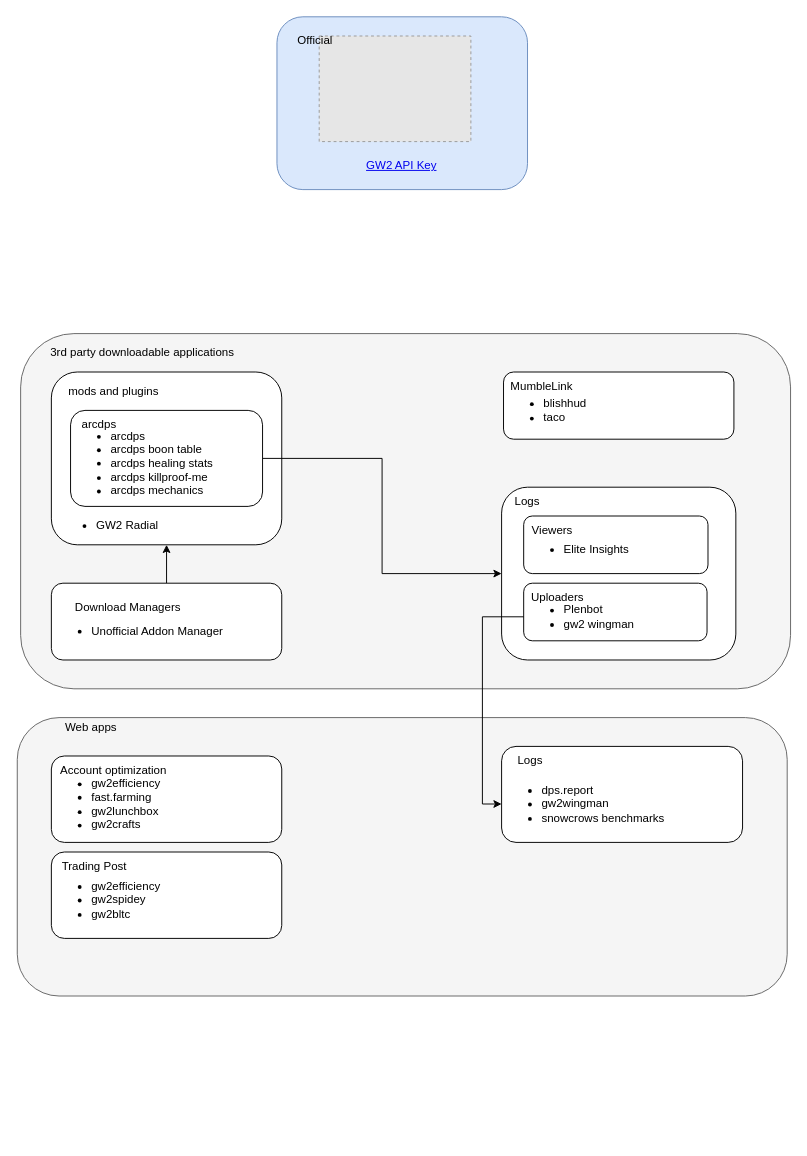
The draw.io diagram index.drawio in ClaytonAstrom/claytonastrom.github.io, before the edit. Source tidied: cells renumbered, new cells numbered last; positions are measured from the earlier drawing's top-left corner, leaving out a move shared by most shapes. Both pictures are drawn from the tidied source at 96%, with x=0, y=0 at pixel (16, 16). Pictures stored in the file or linked from it are replaced by grey dashed boxes.
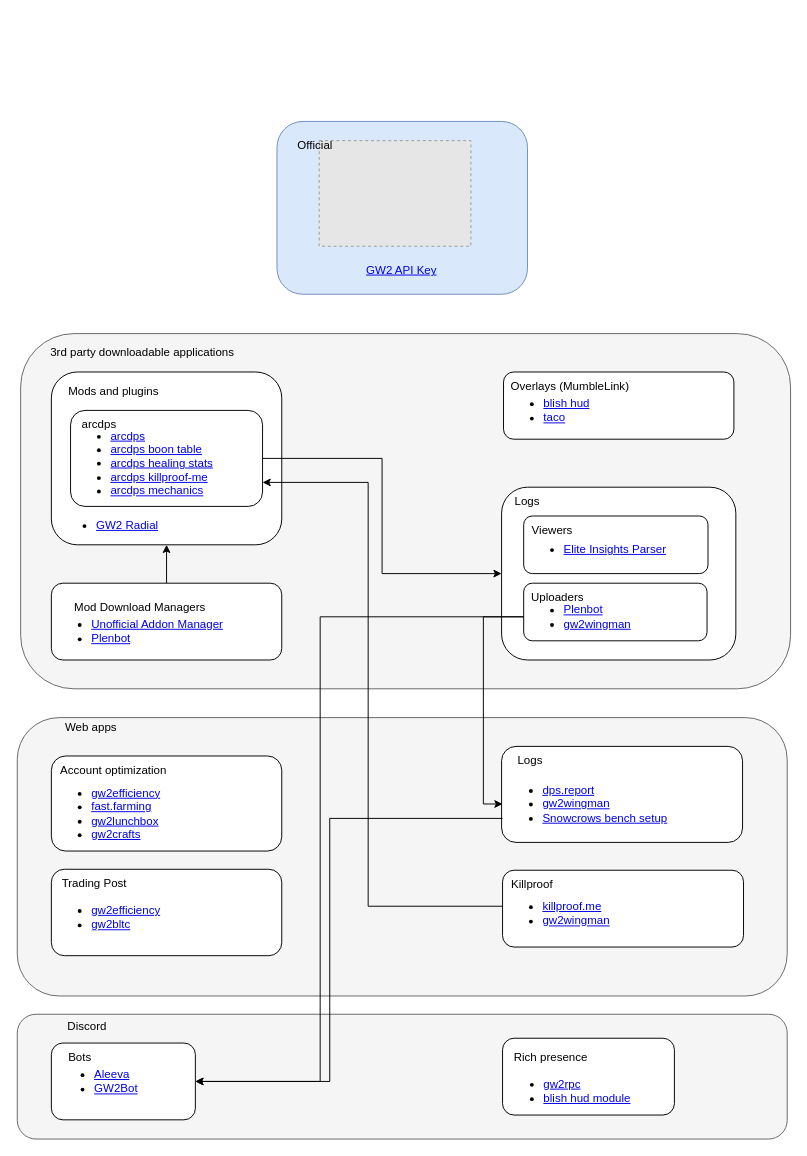
The same diagram, later.

The change refers to these unchanged cells:
```xml
<mxCell id="10" style="rounded=1;whiteSpace=wrap;html=1;" parent="1" vertex="1">
  <mxGeometry x="56" y="410" width="200" height="100" as="geometry" />
</mxCell>
```

The edit, as a diff of the source:
```diff
@@
     <mxCell id="2" style="rounded=1;whiteSpace=wrap;html=1;fillColor=#dae8fc;strokeColor=#6c8ebf;" parent="1" vertex="1">
-      <mxGeometry x="271" width="261" height="180" as="geometry" />
+      <mxGeometry x="271" y="109" width="261" height="180" as="geometry" />
     </mxCell>
     <mxCell id="3" style="fillColor=#E6E6E6;strokeColor=#999999;dashed=1;verticalLabelPosition=bottom;verticalAlign=top;" parent="1" vertex="1">
-      <mxGeometry x="315" y="20" width="158" height="110" as="geometry" />
+      <mxGeometry x="315" y="129" width="158" height="110" as="geometry" />
     </mxCell>
     <mxCell id="4" value="&lt;a href=&quot;https://account.arena.net/applications&quot;&gt;GW2 API Key&lt;/a&gt;" style="text;strokeColor=none;align=center;fillColor=none;html=1;verticalAlign=middle;whiteSpace=wrap;rounded=0;" parent="1" vertex="1">
-      <mxGeometry x="346" y="140" width="110" height="30" as="geometry" />
+      <mxGeometry x="346" y="249" width="110" height="30" as="geometry" />
     </mxCell>
     <mxCell id="5" value="Official" style="text;strokeColor=none;align=center;fillColor=none;html=1;verticalAlign=middle;whiteSpace=wrap;rounded=0;" parent="1" vertex="1">
-      <mxGeometry x="281" y="10" width="60" height="30" as="geometry" />
+      <mxGeometry x="281" y="119" width="60" height="30" as="geometry" />
     </mxCell>
@@
-    <mxCell id="11" value="mods and plugins" style="text;strokeColor=none;align=center;fillColor=none;html=1;verticalAlign=middle;whiteSpace=wrap;rounded=0;" parent="1" vertex="1">
+    <mxCell id="11" value="Mods and plugins" style="text;strokeColor=none;align=center;fillColor=none;html=1;verticalAlign=middle;whiteSpace=wrap;rounded=0;" parent="1" vertex="1">
       <mxGeometry x="36" y="370" width="130" height="40" as="geometry" />
     </mxCell>
@@
-    <mxCell id="13" value="&lt;ul&gt;&lt;li&gt;arcdps&lt;/li&gt;&lt;li&gt;arcdps boon table&lt;/li&gt;&lt;li&gt;arcdps healing stats&lt;/li&gt;&lt;li&gt;arcdps killproof-me&lt;/li&gt;&lt;li&gt;arcdps mechanics&lt;/li&gt;&lt;/ul&gt;" style="text;strokeColor=none;align=left;fillColor=none;html=1;verticalAlign=middle;whiteSpace=wrap;rounded=0;" parent="1" vertex="1">
+    <mxCell id="13" value="&lt;ul&gt;&lt;li&gt;&lt;a href=&quot;https://www.deltaconnected.com/arcdps/&quot;&gt;arcdps&lt;/a&gt;&lt;/li&gt;&lt;li&gt;&lt;a href=&quot;https://github.com/knoxfighter/GW2-ArcDPS-Boon-Table&quot;&gt;arcdps boon table&lt;/a&gt;&lt;/li&gt;&lt;li&gt;&lt;a href=&quot;https://github.com/Krappa322/arcdps_healing_stats&quot;&gt;arcdps healing stats&lt;/a&gt;&lt;/li&gt;&lt;li&gt;&lt;a href=&quot;https://github.com/knoxfighter/arcdps-killproof.me-plugin&quot;&gt;arcdps killproof-me&lt;/a&gt;&lt;/li&gt;&lt;li&gt;&lt;a href=&quot;https://github.com/knoxfighter/GW2-ArcDPS-Mechanics-Log&quot;&gt;arcdps mechanics&lt;/a&gt;&lt;/li&gt;&lt;/ul&gt;" style="text;strokeColor=none;align=left;fillColor=none;html=1;verticalAlign=middle;whiteSpace=wrap;rounded=0;" parent="1" vertex="1">
       <mxGeometry x="56" y="430" width="160" height="70" as="geometry" />
     </mxCell>
-    <mxCell id="14" value="&lt;ul&gt;&lt;li&gt;GW2 Radial&lt;/li&gt;&lt;/ul&gt;" style="text;strokeColor=none;align=left;fillColor=none;html=1;verticalAlign=middle;whiteSpace=wrap;rounded=0;" parent="1" vertex="1">
+    <mxCell id="14" value="&lt;ul&gt;&lt;li&gt;&lt;a href=&quot;https://github.com/Friendly0Fire/GW2Radial&quot;&gt;GW2 Radial&lt;/a&gt;&lt;/li&gt;&lt;/ul&gt;" style="text;strokeColor=none;align=left;fillColor=none;html=1;verticalAlign=middle;whiteSpace=wrap;rounded=0;" parent="1" vertex="1">
       <mxGeometry x="41" y="515" width="120" height="30" as="geometry" />
     </mxCell>
@@
-    <mxCell id="16" value="MumbleLink" style="text;strokeColor=none;align=center;fillColor=none;html=1;verticalAlign=middle;whiteSpace=wrap;rounded=0;" parent="1" vertex="1">
-      <mxGeometry x="507" y="370" width="80" height="30" as="geometry" />
+    <mxCell id="16" value="Overlays (MumbleLink)" style="text;strokeColor=none;align=center;fillColor=none;html=1;verticalAlign=middle;whiteSpace=wrap;rounded=0;" parent="1" vertex="1">
+      <mxGeometry x="507" y="370" width="139" height="30" as="geometry" />
     </mxCell>
-    <mxCell id="17" value="&lt;ul&gt;&lt;li&gt;blishhud&lt;/li&gt;&lt;li&gt;taco&lt;/li&gt;&lt;/ul&gt;" style="text;strokeColor=none;align=left;fillColor=none;html=1;verticalAlign=middle;whiteSpace=wrap;rounded=0;" parent="1" vertex="1">
+    <mxCell id="17" value="&lt;ul&gt;&lt;li&gt;&lt;a href=&quot;https://blishhud.com/&quot;&gt;blish hud&lt;/a&gt;&lt;/li&gt;&lt;li&gt;&lt;a href=&quot;http://www.gw2taco.com/&quot;&gt;taco&lt;/a&gt;&lt;/li&gt;&lt;/ul&gt;" style="text;strokeColor=none;align=left;fillColor=none;html=1;verticalAlign=middle;whiteSpace=wrap;rounded=0;" parent="1" vertex="1">
       <mxGeometry x="507" y="395" width="110" height="30" as="geometry" />
     </mxCell>
@@
-    <mxCell id="21" value="Download Managers" style="text;strokeColor=none;align=center;fillColor=none;html=1;verticalAlign=middle;whiteSpace=wrap;rounded=0;" parent="1" vertex="1">
-      <mxGeometry x="51" y="600" width="130" height="30" as="geometry" />
+    <mxCell id="21" value="Mod Download Managers" style="text;strokeColor=none;align=center;fillColor=none;html=1;verticalAlign=middle;whiteSpace=wrap;rounded=0;" parent="1" vertex="1">
+      <mxGeometry x="51" y="600" width="155" height="30" as="geometry" />
     </mxCell>
-    <mxCell id="22" value="&lt;ul&gt;&lt;li&gt;Unofficial Addon Manager&lt;/li&gt;&lt;/ul&gt;" style="text;strokeColor=none;align=left;fillColor=none;html=1;verticalAlign=middle;whiteSpace=wrap;rounded=0;" parent="1" vertex="1">
+    <mxCell id="22" value="&lt;ul&gt;&lt;li&gt;&lt;a href=&quot;https://github.com/gw2-addon-loader/GW2-Addon-Manager&quot;&gt;Unofficial Addon Manager&lt;/a&gt;&lt;/li&gt;&lt;li&gt;&lt;a href=&quot;https://plenbot.net/uploader/&quot;&gt;Plenbot&lt;/a&gt;&lt;/li&gt;&lt;/ul&gt;" style="text;strokeColor=none;align=left;fillColor=none;html=1;verticalAlign=middle;whiteSpace=wrap;rounded=0;" parent="1" vertex="1">
       <mxGeometry x="36" y="620" width="185" height="40" as="geometry" />
     </mxCell>
@@
-    <mxCell id="25" value="&lt;ul&gt;&lt;li&gt;Elite Insights&lt;/li&gt;&lt;/ul&gt;" style="text;strokeColor=none;align=left;fillColor=none;html=1;verticalAlign=middle;whiteSpace=wrap;rounded=0;" parent="1" vertex="1">
-      <mxGeometry x="528" y="540" width="120" height="30" as="geometry" />
+    <mxCell id="25" value="&lt;ul&gt;&lt;li&gt;&lt;a href=&quot;https://github.com/baaron4/GW2-Elite-Insights-Parser&quot;&gt;Elite Insights Parser&lt;br&gt;&lt;/a&gt;&lt;/li&gt;&lt;/ul&gt;" style="text;strokeColor=none;align=left;fillColor=none;html=1;verticalAlign=middle;whiteSpace=wrap;rounded=0;" parent="1" vertex="1">
+      <mxGeometry x="528" y="540" width="158" height="30" as="geometry" />
     </mxCell>
@@
-    <mxCell id="29" value="&lt;ul&gt;&lt;li&gt;Plenbot&lt;/li&gt;&lt;li&gt;gw2 wingman&lt;/li&gt;&lt;/ul&gt;" style="text;strokeColor=none;align=left;fillColor=none;html=1;verticalAlign=middle;whiteSpace=wrap;rounded=0;" parent="1" vertex="1">
+    <mxCell id="29" value="&lt;ul&gt;&lt;li&gt;&lt;a href=&quot;https://plenbot.net/uploader/&quot;&gt;Plenbot&lt;/a&gt;&lt;/li&gt;&lt;li&gt;&lt;a href=&quot;https://gw2wingman.nevermindcreations.de/uploader&quot;&gt;gw2wingman&lt;/a&gt;&lt;/li&gt;&lt;/ul&gt;" style="text;strokeColor=none;align=left;fillColor=none;html=1;verticalAlign=middle;whiteSpace=wrap;rounded=0;" parent="1" vertex="1">
       <mxGeometry x="528" y="610" width="151" height="30" as="geometry" />
     </mxCell>
@@
-    <mxCell id="34" value="&lt;ul&gt;&lt;li&gt;dps.report&lt;/li&gt;&lt;li&gt;gw2wingman&lt;/li&gt;&lt;li&gt;snowcrows benchmarks&lt;/li&gt;&lt;/ul&gt;" style="text;strokeColor=none;align=left;fillColor=none;html=1;verticalAlign=middle;whiteSpace=wrap;rounded=0;" parent="1" vertex="1">
-      <mxGeometry x="505" y="790" width="181" height="60" as="geometry" />
+    <mxCell id="34" value="&lt;ul&gt;&lt;li&gt;&lt;a href=&quot;https://dps.report/&quot;&gt;dps.report&lt;/a&gt;&lt;/li&gt;&lt;li&gt;&lt;a href=&quot;https://gw2wingman.nevermindcreations.de&quot;&gt;gw2wingman&lt;/a&gt;&lt;/li&gt;&lt;li&gt;&lt;a href=&quot;https://snowcrows.com/guides/starting-to-raid/special-forces-area&quot;&gt;Snowcrows bench setup&lt;/a&gt;&lt;br&gt;&lt;/li&gt;&lt;/ul&gt;" style="text;strokeColor=none;align=left;fillColor=none;html=1;verticalAlign=middle;whiteSpace=wrap;rounded=0;" parent="1" vertex="1">
+      <mxGeometry x="506" y="790" width="190" height="60" as="geometry" />
     </mxCell>
     <mxCell id="35" style="rounded=1;whiteSpace=wrap;html=1;" parent="1" vertex="1">
-      <mxGeometry x="36" y="770" width="240" height="90" as="geometry" />
+      <mxGeometry x="36" y="770" width="240" height="99" as="geometry" />
     </mxCell>
@@
-    <mxCell id="37" value="&lt;ul&gt;&lt;li&gt;gw2efficiency&lt;/li&gt;&lt;li&gt;fast.farming&lt;/li&gt;&lt;li&gt;gw2lunchbox&lt;/li&gt;&lt;li&gt;gw2crafts&lt;/li&gt;&lt;/ul&gt;" style="text;strokeColor=none;align=left;fillColor=none;html=1;verticalAlign=middle;whiteSpace=wrap;rounded=0;" parent="1" vertex="1">
-      <mxGeometry x="36" y="800" width="130" height="40" as="geometry" />
+    <mxCell id="37" value="&lt;ul&gt;&lt;li&gt;&lt;a href=&quot;https://gw2efficiency.com/&quot;&gt;gw2efficiency&lt;/a&gt;&lt;/li&gt;&lt;li&gt;&lt;a href=&quot;https://fast.farming-community.eu/&quot;&gt;fast.farming&lt;/a&gt;&lt;/li&gt;&lt;li&gt;&lt;a href=&quot;https://gw2lunchbox.com/&quot;&gt;gw2lunchbox&lt;/a&gt;&lt;/li&gt;&lt;li&gt;&lt;a href=&quot;https://gw2crafts.net/&quot;&gt;gw2crafts&lt;/a&gt;&lt;/li&gt;&lt;/ul&gt;" style="text;strokeColor=none;align=left;fillColor=none;html=1;verticalAlign=middle;whiteSpace=wrap;rounded=0;" parent="1" vertex="1">
+      <mxGeometry x="36" y="810" width="130" height="40" as="geometry" />
     </mxCell>
     <mxCell id="38" style="rounded=1;whiteSpace=wrap;html=1;" parent="1" vertex="1">
-      <mxGeometry x="36" y="870" width="240" height="90" as="geometry" />
+      <mxGeometry x="36" y="888" width="240" height="90" as="geometry" />
     </mxCell>
     <mxCell id="39" value="Trading Post" style="text;strokeColor=none;align=center;fillColor=none;html=1;verticalAlign=middle;whiteSpace=wrap;rounded=0;" parent="1" vertex="1">
-      <mxGeometry x="36" y="870" width="90" height="30" as="geometry" />
+      <mxGeometry x="36" y="888" width="90" height="30" as="geometry" />
     </mxCell>
-    <mxCell id="40" value="&lt;ul&gt;&lt;li&gt;gw2efficiency&lt;/li&gt;&lt;li&gt;gw2spidey&lt;/li&gt;&lt;li&gt;gw2bltc&lt;/li&gt;&lt;/ul&gt;" style="text;strokeColor=none;align=left;fillColor=none;html=1;verticalAlign=middle;whiteSpace=wrap;rounded=0;" parent="1" vertex="1">
-      <mxGeometry x="36" y="900" width="130" height="40" as="geometry" />
+    <mxCell id="40" value="&lt;ul&gt;&lt;li&gt;&lt;a href=&quot;https://gw2efficiency.com/tradingpost&quot;&gt;gw2efficiency&lt;/a&gt;&lt;/li&gt;&lt;li&gt;&lt;a href=&quot;https://www.gw2bltc.com/&quot;&gt;gw2bltc&lt;/a&gt;&lt;/li&gt;&lt;/ul&gt;" style="text;strokeColor=none;align=left;fillColor=none;html=1;verticalAlign=middle;whiteSpace=wrap;rounded=0;" parent="1" vertex="1">
+      <mxGeometry x="36" y="918" width="130" height="40" as="geometry" />
     </mxCell>
@@
+    <mxCell id="42" style="rounded=1;whiteSpace=wrap;html=1;fillColor=#f5f5f5;strokeColor=#666666;fontColor=#333333;" parent="1" vertex="1">
+      <mxGeometry x="0.5" y="1039" width="802" height="130" as="geometry" />
+    </mxCell>
+    <mxCell id="43" value="&lt;div&gt;Discord&lt;br&gt;&lt;/div&gt;" style="text;strokeColor=none;align=center;fillColor=none;html=1;verticalAlign=middle;whiteSpace=wrap;rounded=0;" parent="1" vertex="1">
+      <mxGeometry x="22" y="1042" width="102.5" height="20" as="geometry" />
+    </mxCell>
+    <mxCell id="44" style="edgeStyle=orthogonalEdgeStyle;rounded=0;jettySize=auto;html=1;entryX=1;entryY=0.5;entryDx=0;entryDy=0;exitX=0;exitY=0.75;exitDx=0;exitDy=0;" parent="1" edge="1" source="34" target="46">
+      <mxGeometry relative="1" as="geometry">
+        <Array as="points">
+          <mxPoint x="326" y="835" />
+          <mxPoint x="326" y="1109" />
+        </Array>
+      </mxGeometry>
+    </mxCell>
+    <mxCell id="45" style="rounded=1;whiteSpace=wrap;html=1;" parent="1" vertex="1">
+      <mxGeometry x="506" y="889" width="251" height="80" as="geometry" />
+    </mxCell>
+    <mxCell id="46" style="rounded=1;whiteSpace=wrap;html=1;" parent="1" vertex="1">
+      <mxGeometry x="36" y="1069" width="150" height="80" as="geometry" />
+    </mxCell>
+    <mxCell id="47" value="&lt;div&gt;Killproof&lt;/div&gt;" style="text;strokeColor=none;align=center;fillColor=none;html=1;verticalAlign=middle;whiteSpace=wrap;rounded=0;" parent="1" vertex="1">
+      <mxGeometry x="507" y="889" width="60" height="30" as="geometry" />
+    </mxCell>
+    <mxCell id="48" style="edgeStyle=orthogonalEdgeStyle;rounded=0;jettySize=auto;html=1;exitX=0;exitY=0.25;exitDx=0;exitDy=0;entryX=1;entryY=0.75;entryDx=0;entryDy=0;" parent="1" edge="1" source="49" target="10">
+      <mxGeometry relative="1" as="geometry">
+        <Array as="points">
+          <mxPoint x="366" y="927" />
+          <mxPoint x="366" y="485" />
+        </Array>
+      </mxGeometry>
+    </mxCell>
+    <mxCell id="49" value="&lt;ul&gt;&lt;li&gt;&lt;a href=&quot;https://killproof.me/&quot;&gt;killproof.me&lt;/a&gt;&lt;/li&gt;&lt;li&gt;&lt;a href=&quot;https://gw2wingman.nevermindcreations.de/kp/&quot;&gt;gw2wingman&lt;/a&gt;&lt;br&gt;&lt;/li&gt;&lt;/ul&gt;" style="text;strokeColor=none;align=left;fillColor=none;html=1;verticalAlign=middle;whiteSpace=wrap;rounded=0;" parent="1" vertex="1">
+      <mxGeometry x="506" y="919" width="120" height="30" as="geometry" />
+    </mxCell>
+    <mxCell id="50" style="edgeStyle=orthogonalEdgeStyle;rounded=0;jettySize=auto;html=1;exitX=0;exitY=0.5;exitDx=0;exitDy=0;entryX=1;entryY=0.5;entryDx=0;entryDy=0;" parent="1" edge="1" source="29" target="46">
+      <mxGeometry relative="1" as="geometry">
+        <Array as="points">
+          <mxPoint x="316" y="625" />
+          <mxPoint x="316" y="1109" />
+        </Array>
+      </mxGeometry>
+    </mxCell>
+    <mxCell id="51" value="&lt;ul&gt;&lt;li&gt;&lt;a href=&quot;https://www.aleeva.io/&quot;&gt;Aleeva&lt;/a&gt;&lt;/li&gt;&lt;li&gt;&lt;a href=&quot;https://gw2bot.info/&quot;&gt;GW2Bot&lt;/a&gt;&lt;/li&gt;&lt;/ul&gt;" style="text;strokeColor=none;align=left;fillColor=none;html=1;verticalAlign=middle;whiteSpace=wrap;rounded=0;" parent="1" vertex="1">
+      <mxGeometry x="38.5" y="1089" width="90" height="40" as="geometry" />
+    </mxCell>
+    <mxCell id="52" value="Bots" style="text;strokeColor=none;align=center;fillColor=none;html=1;verticalAlign=middle;whiteSpace=wrap;rounded=0;" parent="1" vertex="1">
+      <mxGeometry x="36" y="1069" width="60" height="30" as="geometry" />
+    </mxCell>
+    <mxCell id="53" style="rounded=1;whiteSpace=wrap;html=1;" parent="1" vertex="1">
+      <mxGeometry x="506" y="1064" width="179" height="80" as="geometry" />
+    </mxCell>
+    <mxCell id="54" value="Rich presence" style="text;strokeColor=none;align=center;fillColor=none;html=1;verticalAlign=middle;whiteSpace=wrap;rounded=0;" parent="1" vertex="1">
+      <mxGeometry x="507" y="1069" width="99" height="30" as="geometry" />
+    </mxCell>
+    <mxCell id="55" value="&lt;ul&gt;&lt;li&gt;&lt;a href=&quot;https://gw2rpc.info/&quot;&gt;gw2rpc&lt;/a&gt;&lt;/li&gt;&lt;li&gt;&lt;a href=&quot;https://new.blishhud.com/modules/?module=bh.general.discordrp&quot;&gt;blish hud module&lt;/a&gt;&lt;br&gt;&lt;/li&gt;&lt;/ul&gt;" style="text;strokeColor=none;align=left;fillColor=none;html=1;verticalAlign=middle;whiteSpace=wrap;rounded=0;" parent="1" vertex="1">
+      <mxGeometry x="507" y="1099" width="147" height="40" as="geometry" />
+    </mxCell>
```
